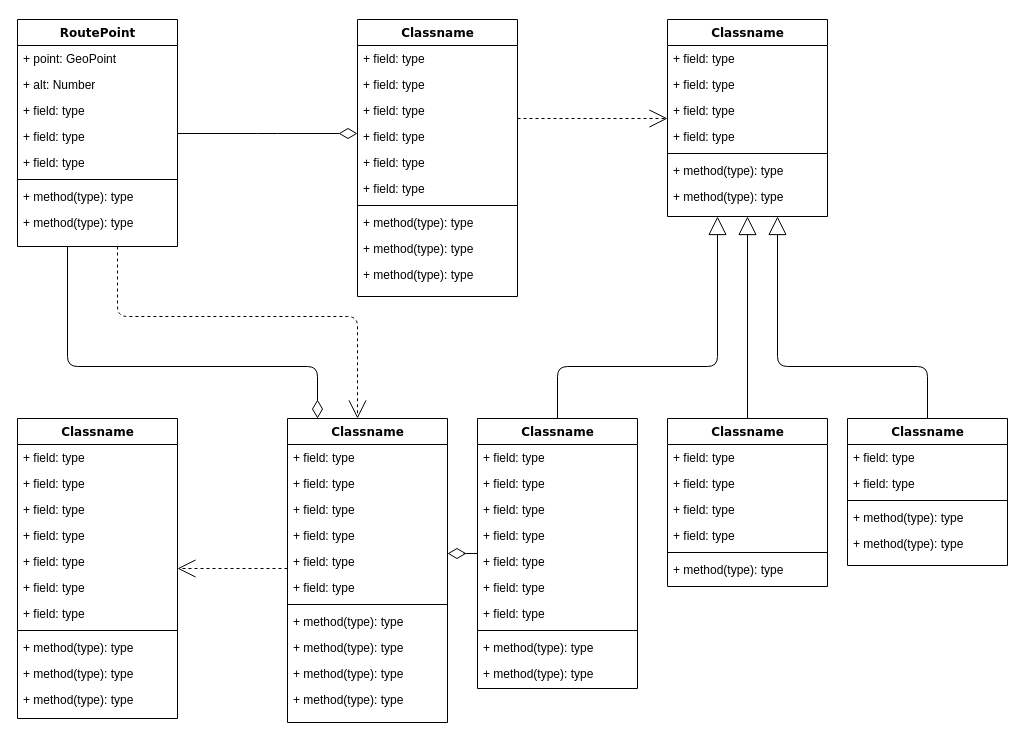
Before: Untitled Diagram.drawio in nst-guide/schema, a draw.io diagram. Source tidied: cells renumbered, new cells numbered last; positions are measured from the earlier drawing's top-left corner, leaving out a move shared by most shapes. Both pictures are drawn from the tidied source at 100%, with x=0, y=0 at pixel (17, 19).
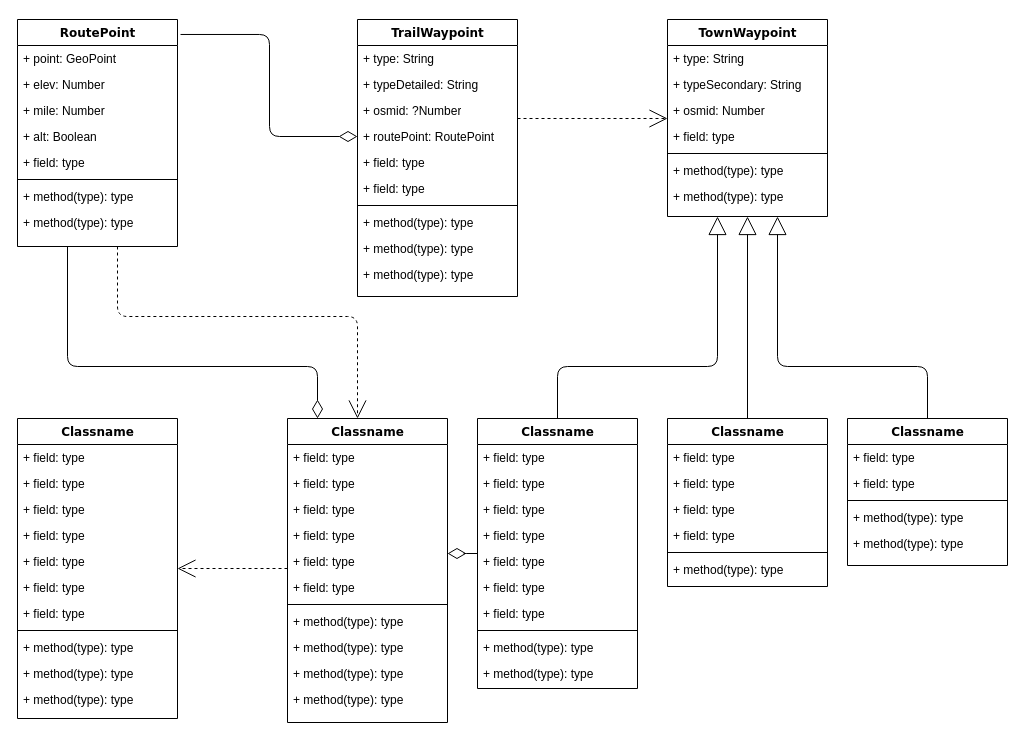
After the change.

The change refers to these unchanged cells:
```xml
<mxCell id="4" value="RoutePoint" style="swimlane;html=1;fontStyle=1;align=center;verticalAlign=top;horizontal=1;startSize=26;swimlaneFillColor=#ffffff;rounded=0;shadow=0;comic=0;labelBackgroundColor=none;strokeWidth=1;fillColor=none;fontFamily=Verdana;fontSize=12;" parent="1" vertex="1">
  <mxGeometry width="160" height="227" as="geometry" />
</mxCell>
```

Diff of the diagram source:
```diff
@@
-    <mxCell id="6" value="+ alt: Number" style="text;html=1;strokeColor=none;fillColor=none;align=left;verticalAlign=top;spacingLeft=4;spacingRight=4;whiteSpace=wrap;overflow=hidden;" parent="4" vertex="1">
+    <mxCell id="6" value="+ elev: Number" style="text;html=1;strokeColor=none;fillColor=none;align=left;verticalAlign=top;spacingLeft=4;spacingRight=4;whiteSpace=wrap;overflow=hidden;" parent="4" vertex="1">
       <mxGeometry y="52" width="160" height="26" as="geometry" />
     </mxCell>
-    <mxCell id="7" value="+ field: type" style="text;html=1;strokeColor=none;fillColor=none;align=left;verticalAlign=top;spacingLeft=4;spacingRight=4;whiteSpace=wrap;overflow=hidden;" parent="4" vertex="1">
+    <mxCell id="7" value="+ mile: Number" style="text;html=1;strokeColor=none;fillColor=none;align=left;verticalAlign=top;spacingLeft=4;spacingRight=4;whiteSpace=wrap;overflow=hidden;" parent="4" vertex="1">
       <mxGeometry y="78" width="160" height="26" as="geometry" />
     </mxCell>
-    <mxCell id="8" value="+ field: type" style="text;html=1;strokeColor=none;fillColor=none;align=left;verticalAlign=top;spacingLeft=4;spacingRight=4;whiteSpace=wrap;overflow=hidden;" parent="4" vertex="1">
+    <mxCell id="8" value="+ alt: Boolean" style="text;html=1;strokeColor=none;fillColor=none;align=left;verticalAlign=top;spacingLeft=4;spacingRight=4;whiteSpace=wrap;overflow=hidden;" parent="4" vertex="1">
       <mxGeometry y="104" width="160" height="26" as="geometry" />
     </mxCell>
@@
-    <mxCell id="14" value="Classname" style="swimlane;html=1;fontStyle=1;align=center;verticalAlign=top;horizontal=1;startSize=26;swimlaneFillColor=#ffffff;rounded=0;shadow=0;comic=0;labelBackgroundColor=none;strokeWidth=1;fillColor=none;fontFamily=Verdana;fontSize=12;" parent="1" vertex="1">
+    <mxCell id="14" value="TrailWaypoint" style="swimlane;html=1;fontStyle=1;align=center;verticalAlign=top;horizontal=1;startSize=26;swimlaneFillColor=#ffffff;rounded=0;shadow=0;comic=0;labelBackgroundColor=none;strokeWidth=1;fillColor=none;fontFamily=Verdana;fontSize=12;" parent="1" vertex="1">
       <mxGeometry x="340" width="160" height="277" as="geometry" />
     </mxCell>
-    <mxCell id="15" value="+ field: type" style="text;html=1;strokeColor=none;fillColor=none;align=left;verticalAlign=top;spacingLeft=4;spacingRight=4;whiteSpace=wrap;overflow=hidden;" parent="14" vertex="1">
+    <mxCell id="15" value="+ type: String" style="text;html=1;strokeColor=none;fillColor=none;align=left;verticalAlign=top;spacingLeft=4;spacingRight=4;whiteSpace=wrap;overflow=hidden;" parent="14" vertex="1">
       <mxGeometry y="26" width="160" height="26" as="geometry" />
     </mxCell>
-    <mxCell id="16" value="+ field: type" style="text;html=1;strokeColor=none;fillColor=none;align=left;verticalAlign=top;spacingLeft=4;spacingRight=4;whiteSpace=wrap;overflow=hidden;" parent="14" vertex="1">
+    <mxCell id="16" value="+ typeDetailed: String" style="text;html=1;strokeColor=none;fillColor=none;align=left;verticalAlign=top;spacingLeft=4;spacingRight=4;whiteSpace=wrap;overflow=hidden;" parent="14" vertex="1">
       <mxGeometry y="52" width="160" height="26" as="geometry" />
     </mxCell>
-    <mxCell id="17" value="+ field: type" style="text;html=1;strokeColor=none;fillColor=none;align=left;verticalAlign=top;spacingLeft=4;spacingRight=4;whiteSpace=wrap;overflow=hidden;" parent="14" vertex="1">
+    <mxCell id="17" value="+ osmid: ?Number" style="text;html=1;strokeColor=none;fillColor=none;align=left;verticalAlign=top;spacingLeft=4;spacingRight=4;whiteSpace=wrap;overflow=hidden;" parent="14" vertex="1">
       <mxGeometry y="78" width="160" height="26" as="geometry" />
     </mxCell>
-    <mxCell id="18" value="+ field: type" style="text;html=1;strokeColor=none;fillColor=none;align=left;verticalAlign=top;spacingLeft=4;spacingRight=4;whiteSpace=wrap;overflow=hidden;points=[[0,0.5],[1,0.5]];portConstraint=eastwest;" parent="14" vertex="1">
+    <mxCell id="18" value="+ routePoint: RoutePoint" style="text;html=1;strokeColor=none;fillColor=none;align=left;verticalAlign=top;spacingLeft=4;spacingRight=4;whiteSpace=wrap;overflow=hidden;points=[[0,0.5],[1,0.5]];portConstraint=eastwest;" parent="14" vertex="1">
       <mxGeometry y="104" width="160" height="26" as="geometry" />
     </mxCell>
@@
-    <mxCell id="25" value="Classname" style="swimlane;html=1;fontStyle=1;align=center;verticalAlign=top;horizontal=1;startSize=26;swimlaneFillColor=#ffffff;rounded=0;shadow=0;comic=0;labelBackgroundColor=none;strokeWidth=1;fillColor=none;fontFamily=Verdana;fontSize=12;" parent="1" vertex="1">
+    <mxCell id="25" value="TownWaypoint" style="swimlane;html=1;fontStyle=1;align=center;verticalAlign=top;horizontal=1;startSize=26;swimlaneFillColor=#ffffff;rounded=0;shadow=0;comic=0;labelBackgroundColor=none;strokeWidth=1;fillColor=none;fontFamily=Verdana;fontSize=12;" parent="1" vertex="1">
       <mxGeometry x="650" width="160" height="197" as="geometry" />
     </mxCell>
-    <mxCell id="26" value="+ field: type" style="text;html=1;strokeColor=none;fillColor=none;align=left;verticalAlign=top;spacingLeft=4;spacingRight=4;whiteSpace=wrap;overflow=hidden;" parent="25" vertex="1">
+    <mxCell id="26" value="+ type: String" style="text;html=1;strokeColor=none;fillColor=none;align=left;verticalAlign=top;spacingLeft=4;spacingRight=4;whiteSpace=wrap;overflow=hidden;" parent="25" vertex="1">
       <mxGeometry y="26" width="160" height="26" as="geometry" />
     </mxCell>
+    <mxCell id="28" value="+ typeSecondary: String" style="text;html=1;strokeColor=none;fillColor=none;align=left;verticalAlign=top;spacingLeft=4;spacingRight=4;whiteSpace=wrap;overflow=hidden;" parent="25" vertex="1">
+      <mxGeometry y="52" width="160" height="26" as="geometry" />
+    </mxCell>
-    <mxCell id="27" value="+ field: type" style="text;html=1;strokeColor=none;fillColor=none;align=left;verticalAlign=top;spacingLeft=4;spacingRight=4;whiteSpace=wrap;overflow=hidden;" parent="25" vertex="1">
-      <mxGeometry y="52" width="160" height="26" as="geometry" />
+    <mxCell id="27" value="+ osmid: Number" style="text;html=1;strokeColor=none;fillColor=none;align=left;verticalAlign=top;spacingLeft=4;spacingRight=4;whiteSpace=wrap;overflow=hidden;" parent="25" vertex="1">
+      <mxGeometry y="78" width="160" height="26" as="geometry" />
     </mxCell>
-    <mxCell id="28" value="+ field: type" style="text;html=1;strokeColor=none;fillColor=none;align=left;verticalAlign=top;spacingLeft=4;spacingRight=4;whiteSpace=wrap;overflow=hidden;" parent="25" vertex="1">
-      <mxGeometry y="78" width="160" height="26" as="geometry" />
-    </mxCell>
@@
-    <mxCell id="86" style="edgeStyle=elbowEdgeStyle;html=1;labelBackgroundColor=none;startFill=0;startSize=8;endArrow=diamondThin;endFill=0;endSize=16;fontFamily=Verdana;fontSize=12;elbow=vertical;" parent="1" edge="1" source="4" target="14">
+    <mxCell id="86" style="edgeStyle=elbowEdgeStyle;html=1;labelBackgroundColor=none;startFill=0;startSize=8;endArrow=diamondThin;endFill=0;endSize=16;fontFamily=Verdana;fontSize=12;exitX=1.019;exitY=0.066;exitDx=0;exitDy=0;entryX=0;entryY=0.5;entryDx=0;entryDy=0;exitPerimeter=0;" parent="1" edge="1" source="4" target="18">
       <mxGeometry relative="1" as="geometry" />
     </mxCell>
```
